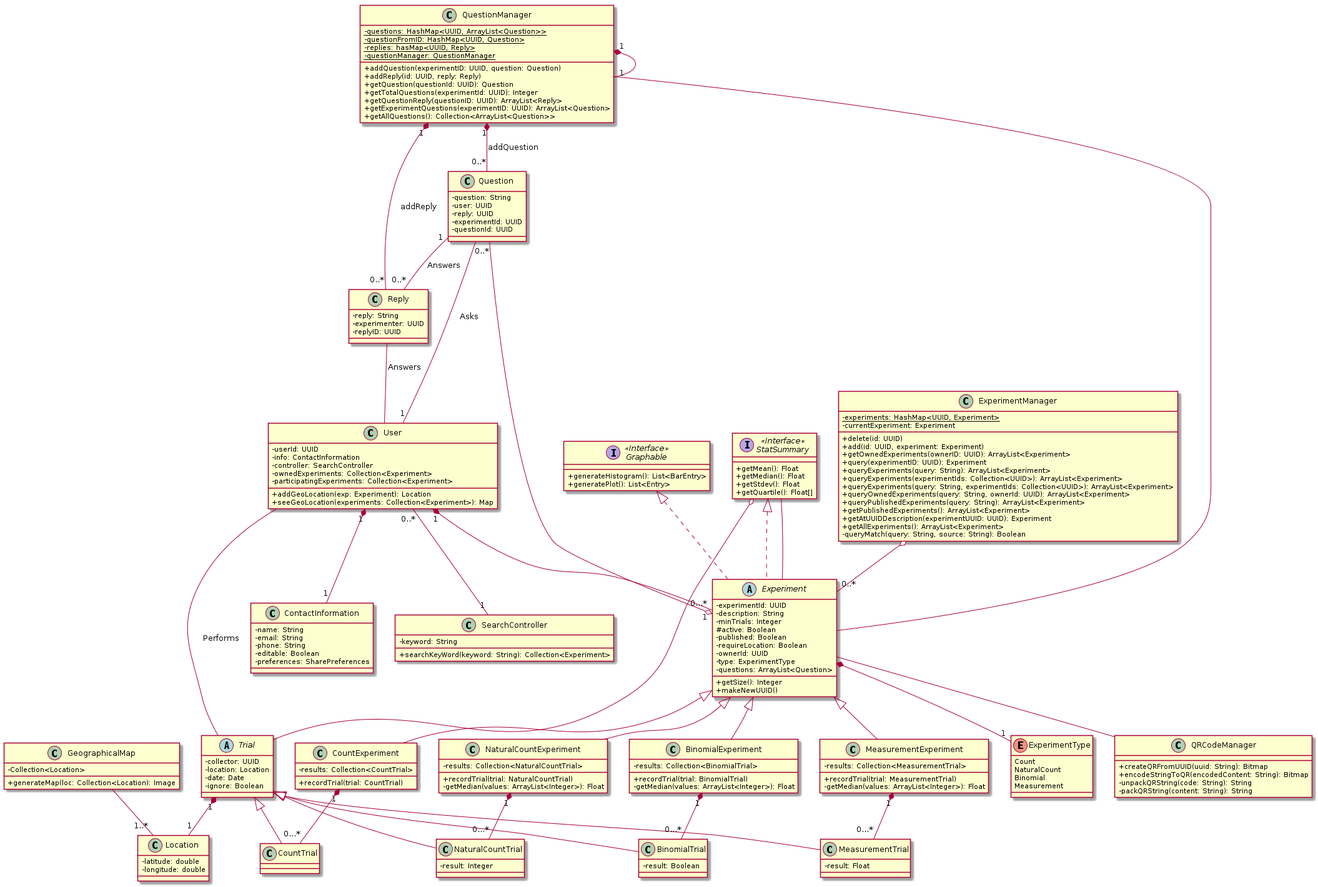
Earlier version of the PlantUML export doc/uml/UML.png (CMPUT301W21T03/Experiment-Automata).
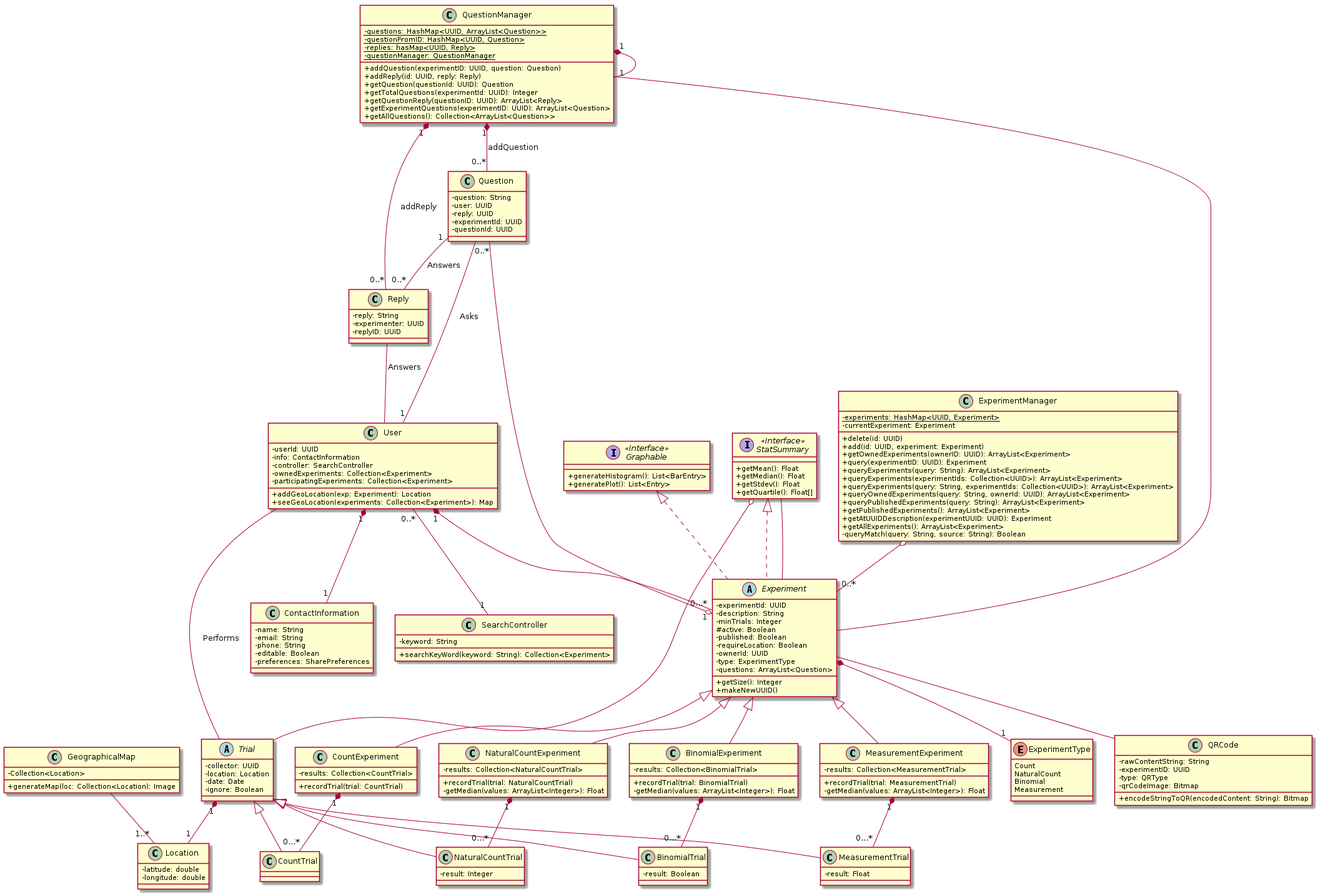
After the commit.

Change to the diagram source:
```diff
@@ -96,8 +96,8 @@
 }
 
 
-Experiment -- QRCodeManager
 
+Experiment -- QRCode
 
 
 class CountExperiment extends Experiment {
@@ -153,13 +153,15 @@
     -result: Float
 }
 
+class QRCode {
+	- rawContentString: String
+	- experimentID: UUID
+	- type: QRType
+	- qrCodeImage: Bitmap
 
-class QRCodeManager {
-    + createQRFromUUID(uuid: String): Bitmap
-    + encodeStringToQR(encodedContent: String): Bitmap
-    -unpackQRString(code: String): String
-    -packQRString(content: String): String
+	+ encodeStringToQR(encodedContent: String): Bitmap
 }
+
 
 class Location {
   -latitude: double
```
